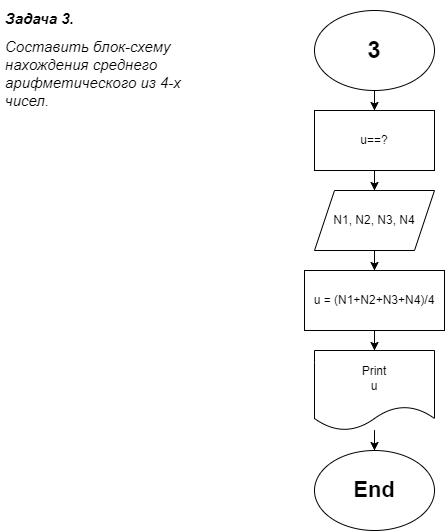
Earlier version of the draw.io export ДЗ_задача3.drawio.png (napaser88/Homeworks). Source tidied: cells renumbered, new cells last; positions are measured from the earlier drawing's top-left corner, leaving out a move shared by most shapes.
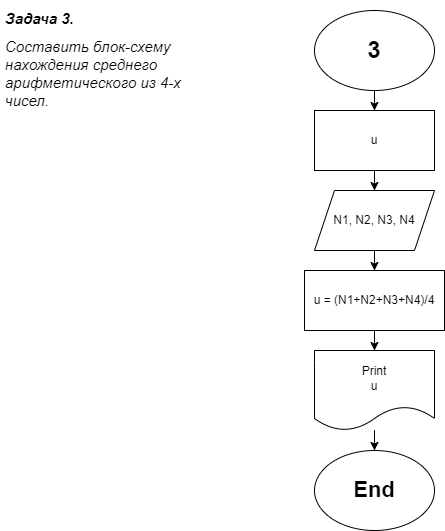
After the commit.

Change to the diagram source:
```diff
@@ -20,7 +20,7 @@
     <mxCell id="7" style="edgeStyle=orthogonalEdgeStyle;rounded=0;jettySize=auto;html=1;" parent="1" edge="1" source="8" target="6">
       <mxGeometry relative="1" as="geometry" />
     </mxCell>
-    <mxCell id="8" value="u==?" style="rounded=0;whiteSpace=wrap;html=1;" parent="1" vertex="1">
+    <mxCell id="8" value="u" style="rounded=0;whiteSpace=wrap;html=1;" parent="1" vertex="1">
       <mxGeometry x="314" y="100" width="120" height="60" as="geometry" />
     </mxCell>
     <mxCell id="9" style="edgeStyle=orthogonalEdgeStyle;rounded=0;jettySize=auto;html=1;" parent="1" edge="1" source="10" target="12">
```
